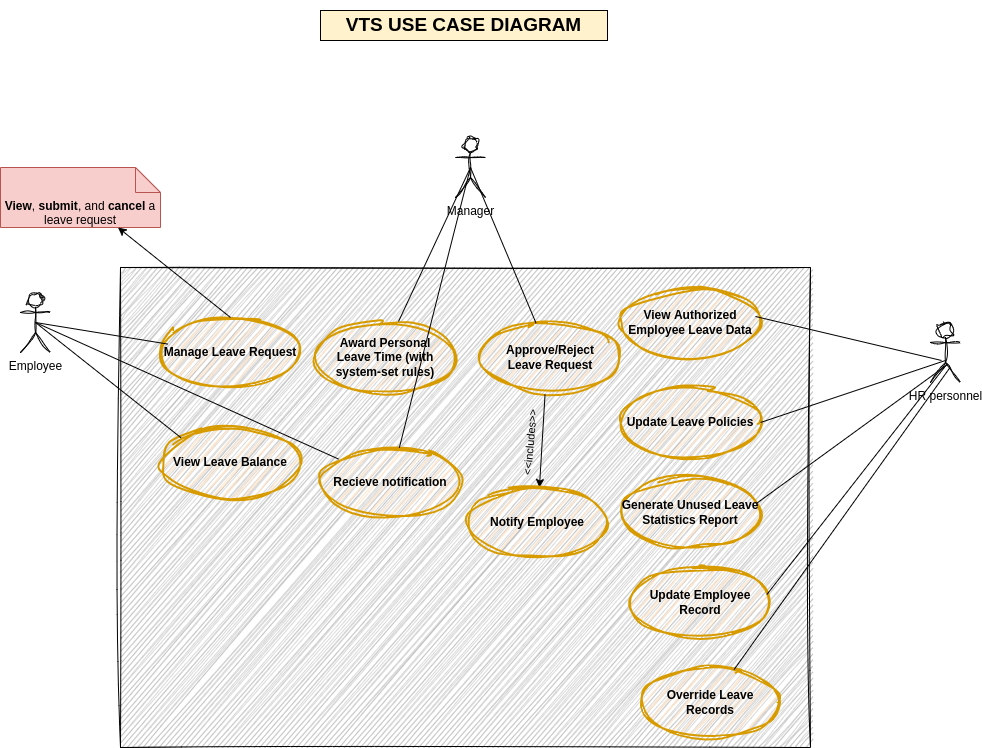
This is diagrams/useCaseDiagram.png from abdoemadselim/Vacation-Tracking-System, a draw.io export, as it was before one commit. Source tidied: cells renumbered, new cells last; positions are measured from the earlier drawing's top-left corner, leaving out a move shared by most shapes.
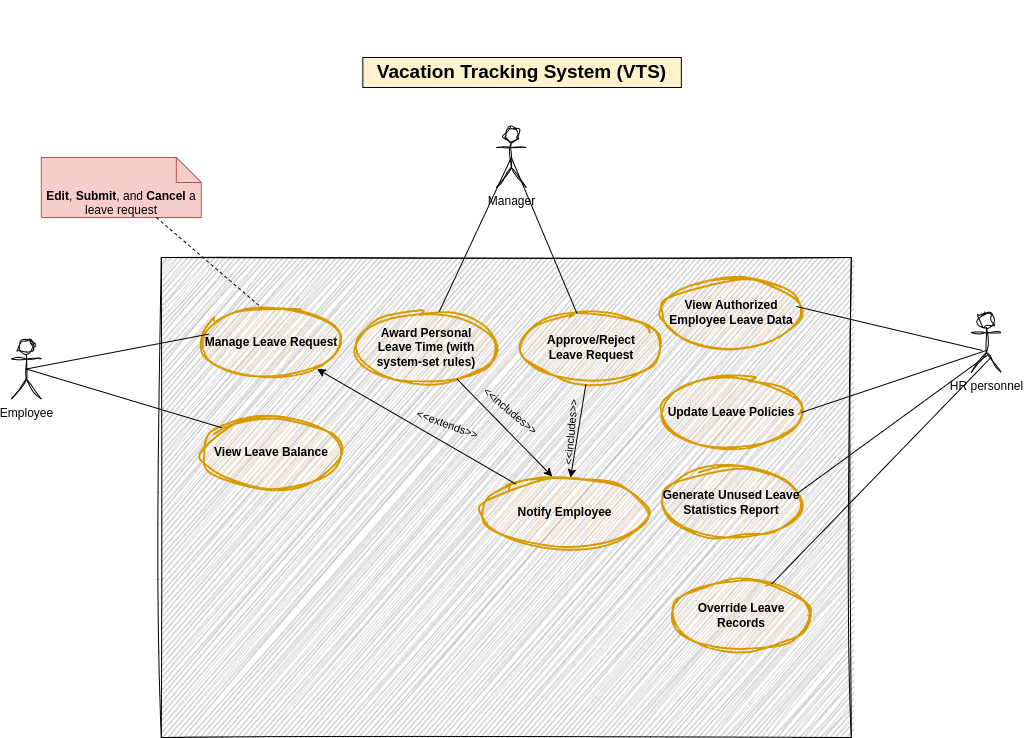
After the change.

What changed in the source:
```diff
@@ -3,102 +3,104 @@
     <mxCell id="0" />
     <mxCell id="1" parent="0" />
     <mxCell id="2" style="group;" parent="1" vertex="1">
-      <mxGeometry width="960" height="737" as="geometry" />
+      <mxGeometry width="990" height="737" as="geometry" />
     </mxCell>
-    <mxCell id="3" style="rounded=0;whiteSpace=wrap;html=1;fillColor=#B3B3B3;strokeColor=default;gradientColor=none;shadow=0;glass=0;sketch=1;curveFitting=1;jiggle=2;align=center;labelBorderColor=none;labelBackgroundColor=none;" parent="2" vertex="1">
-      <mxGeometry x="120" y="257" width="690" height="480" as="geometry" />
+    <mxCell id="3" style="group;" parent="2" vertex="1">
+      <mxGeometry x="30" width="960" height="737" as="geometry" />
     </mxCell>
-    <mxCell id="4" value="Manage Leave Request" style="ellipse;whiteSpace=wrap;html=1;fillColor=#ffe6cc;strokeColor=#d79b00;sketch=1;curveFitting=1;jiggle=2;fontStyle=1;strokeWidth=2;movableLabel=0;" parent="2" vertex="1">
-      <mxGeometry x="160" y="307" width="140" height="70" as="geometry" />
+    <mxCell id="4" style="rounded=0;whiteSpace=wrap;html=1;fillColor=#B3B3B3;strokeColor=default;gradientColor=none;shadow=0;glass=0;sketch=1;curveFitting=1;jiggle=2;align=center;labelBorderColor=none;labelBackgroundColor=none;" parent="3" vertex="1">
+      <mxGeometry x="120" y="257" width="690" height="480" as="geometry" />
     </mxCell>
-    <mxCell id="5" value="Generate Unused Leave Statistics Report" style="ellipse;whiteSpace=wrap;html=1;fillColor=#ffe6cc;strokeColor=#d79b00;sketch=1;curveFitting=1;jiggle=2;fontStyle=1;fillStyle=hachure;strokeWidth=2;" parent="2" vertex="1">
-      <mxGeometry x="620" y="467" width="140" height="70" as="geometry" />
+    <mxCell id="5" value="Manage Leave Request" style="ellipse;whiteSpace=wrap;html=1;fillColor=#ffe6cc;strokeColor=#d79b00;sketch=1;curveFitting=1;jiggle=2;fontStyle=1;strokeWidth=2;movableLabel=0;" parent="3" vertex="1">
+      <mxGeometry x="160" y="307" width="140" height="70" as="geometry" />
     </mxCell>
-    <mxCell id="6" value="View Leave Balance" style="ellipse;whiteSpace=wrap;html=1;fillColor=#ffe6cc;strokeColor=#d79b00;sketch=1;curveFitting=1;jiggle=2;fontStyle=1;strokeWidth=2;" parent="2" vertex="1">
-      <mxGeometry x="160" y="417" width="140" height="70" as="geometry" />
+    <mxCell id="6" value="Generate Unused Leave Statistics Report" style="ellipse;whiteSpace=wrap;html=1;fillColor=#ffe6cc;strokeColor=#d79b00;sketch=1;curveFitting=1;jiggle=2;fontStyle=1;fillStyle=hachure;strokeWidth=2;" parent="3" vertex="1">
+      <mxGeometry x="620" y="467" width="140" height="70" as="geometry" />
     </mxCell>
-    <mxCell id="7" value="Approve/Reject &lt;br&gt;Leave Request" style="ellipse;whiteSpace=wrap;html=1;fillColor=#ffe6cc;strokeColor=#d79b00;sketch=1;curveFitting=1;jiggle=2;fontStyle=1;fillStyle=hachure;strokeWidth=2;" parent="2" vertex="1">
-      <mxGeometry x="480" y="312" width="140" height="70" as="geometry" />
+    <mxCell id="7" value="View Leave Balance" style="ellipse;whiteSpace=wrap;html=1;fillColor=#ffe6cc;strokeColor=#d79b00;sketch=1;curveFitting=1;jiggle=2;fontStyle=1;strokeWidth=2;" parent="3" vertex="1">
+      <mxGeometry x="160" y="417" width="140" height="70" as="geometry" />
     </mxCell>
-    <mxCell id="8" value="Award Personal &lt;br&gt;Leave Time (with system-set rules)" style="ellipse;whiteSpace=wrap;html=1;fillColor=#ffe6cc;strokeColor=#d79b00;sketch=1;curveFitting=1;jiggle=2;fontStyle=1;strokeWidth=2;" parent="2" vertex="1">
-      <mxGeometry x="315" y="312" width="140" height="70" as="geometry" />
+    <mxCell id="8" value="Approve/Reject &lt;br&gt;Leave Request" style="ellipse;whiteSpace=wrap;html=1;fillColor=#ffe6cc;strokeColor=#d79b00;sketch=1;curveFitting=1;jiggle=2;fontStyle=1;fillStyle=hachure;strokeWidth=2;" parent="3" vertex="1">
+      <mxGeometry x="480" y="312" width="140" height="70" as="geometry" />
     </mxCell>
-    <mxCell id="9" value="View&amp;nbsp;&lt;span style=&quot;white-space-collapse: preserve; background-color: transparent; color: light-dark(rgb(0, 0, 0), rgb(255, 255, 255));&quot;&gt;Authorized &lt;/span&gt;&lt;span style=&quot;background-color: transparent; color: light-dark(rgb(0, 0, 0), rgb(255, 255, 255));&quot;&gt;Employee&amp;nbsp;&lt;/span&gt;Leave Data" style="ellipse;whiteSpace=wrap;html=1;fillColor=#ffe6cc;strokeColor=#d79b00;sketch=1;curveFitting=1;jiggle=2;fontStyle=1;perimeterSpacing=0;strokeWidth=2;" parent="2" vertex="1">
-      <mxGeometry x="620" y="277" width="140" height="70" as="geometry" />
+    <mxCell id="9" value="Award Personal &lt;br&gt;Leave Time (with system-set rules)" style="ellipse;whiteSpace=wrap;html=1;fillColor=#ffe6cc;strokeColor=#d79b00;sketch=1;curveFitting=1;jiggle=2;fontStyle=1;strokeWidth=2;" parent="3" vertex="1">
+      <mxGeometry x="315" y="312" width="140" height="70" as="geometry" />
     </mxCell>
-    <mxCell id="10" value="Update Leave Policies" style="ellipse;whiteSpace=wrap;html=1;fillColor=#ffe6cc;strokeColor=#d79b00;sketch=1;curveFitting=1;jiggle=2;fontStyle=1;fillStyle=hachure;strokeWidth=2;" parent="2" vertex="1">
-      <mxGeometry x="620" y="377" width="140" height="70" as="geometry" />
+    <mxCell id="10" value="View&amp;nbsp;&lt;span style=&quot;white-space-collapse: preserve; background-color: transparent; color: light-dark(rgb(0, 0, 0), rgb(255, 255, 255));&quot;&gt;Authorized &lt;/span&gt;&lt;span style=&quot;background-color: transparent; color: light-dark(rgb(0, 0, 0), rgb(255, 255, 255));&quot;&gt;Employee&amp;nbsp;&lt;/span&gt;Leave Data" style="ellipse;whiteSpace=wrap;html=1;fillColor=#ffe6cc;strokeColor=#d79b00;sketch=1;curveFitting=1;jiggle=2;fontStyle=1;perimeterSpacing=0;strokeWidth=2;" parent="3" vertex="1">
+      <mxGeometry x="620" y="277" width="140" height="70" as="geometry" />
     </mxCell>
-    <mxCell id="11" value="Employee" style="shape=umlActor;html=1;verticalLabelPosition=bottom;verticalAlign=top;align=center;sketch=1;curveFitting=1;jiggle=2;" parent="2" vertex="1">
-      <mxGeometry x="20" y="282" width="30" height="60" as="geometry" />
+    <mxCell id="11" value="Update Leave Policies" style="ellipse;whiteSpace=wrap;html=1;fillColor=#ffe6cc;strokeColor=#d79b00;sketch=1;curveFitting=1;jiggle=2;fontStyle=1;fillStyle=hachure;strokeWidth=2;" parent="3" vertex="1">
+      <mxGeometry x="620" y="377" width="140" height="70" as="geometry" />
     </mxCell>
-    <mxCell id="12" value="Manager" style="shape=umlActor;html=1;verticalLabelPosition=bottom;verticalAlign=top;align=center;sketch=1;curveFitting=1;jiggle=2;" parent="2" vertex="1">
+    <mxCell id="12" value="Manager" style="shape=umlActor;html=1;verticalLabelPosition=bottom;verticalAlign=top;align=center;sketch=1;curveFitting=1;jiggle=2;" parent="3" vertex="1">
       <mxGeometry x="455" y="127" width="30" height="60" as="geometry" />
     </mxCell>
-    <mxCell id="13" value="HR personnel" style="shape=umlActor;html=1;verticalLabelPosition=bottom;verticalAlign=top;align=center;sketch=1;curveFitting=1;jiggle=2;" parent="2" vertex="1">
+    <mxCell id="13" value="HR personnel" style="shape=umlActor;html=1;verticalLabelPosition=bottom;verticalAlign=top;align=center;sketch=1;curveFitting=1;jiggle=2;" parent="3" vertex="1">
       <mxGeometry x="930" y="312" width="30" height="60" as="geometry" />
     </mxCell>
-    <mxCell id="14" style="edgeStyle=orthogonalEdgeStyle;rounded=0;orthogonalLoop=1;jettySize=auto;html=1;exitX=0.5;exitY=1;exitDx=0;exitDy=0;" parent="2" edge="1" source="6" target="6">
+    <mxCell id="14" style="edgeStyle=orthogonalEdgeStyle;rounded=0;orthogonalLoop=1;jettySize=auto;html=1;exitX=0.5;exitY=1;exitDx=0;exitDy=0;" parent="3" edge="1" source="7" target="7">
       <mxGeometry relative="1" as="geometry" />
     </mxCell>
-    <mxCell id="15" style="endArrow=none;html=1;rounded=0;exitX=0.5;exitY=0.5;exitDx=0;exitDy=0;exitPerimeter=0;entryX=0.053;entryY=0.38;entryDx=0;entryDy=0;entryPerimeter=0;" parent="2" edge="1" source="11" target="4">
+    <mxCell id="15" style="endArrow=none;html=1;rounded=0;entryX=0.5;entryY=0.5;entryDx=0;entryDy=0;entryPerimeter=0;" parent="3" edge="1" source="8" target="12">
       <mxGeometry relative="1" as="geometry" />
     </mxCell>
-    <mxCell id="16" style="endArrow=none;html=1;rounded=0;exitX=0.5;exitY=0.5;exitDx=0;exitDy=0;exitPerimeter=0;entryX=0;entryY=0;entryDx=0;entryDy=0;" parent="2" edge="1" source="11" target="6">
+    <mxCell id="16" style="endArrow=none;html=1;rounded=0;entryX=0.5;entryY=0.5;entryDx=0;entryDy=0;entryPerimeter=0;exitX=0.593;exitY=-0.014;exitDx=0;exitDy=0;exitPerimeter=0;" parent="3" edge="1" source="9" target="12">
       <mxGeometry relative="1" as="geometry" />
     </mxCell>
-    <mxCell id="17" style="endArrow=none;html=1;rounded=0;entryX=0.5;entryY=0.5;entryDx=0;entryDy=0;entryPerimeter=0;" parent="2" edge="1" source="7" target="12">
+    <mxCell id="17" style="endArrow=none;html=1;rounded=0;exitX=0.367;exitY=0.633;exitDx=0;exitDy=0;exitPerimeter=0;entryX=0.964;entryY=0.414;entryDx=0;entryDy=0;entryPerimeter=0;" parent="3" edge="1" source="13" target="10">
       <mxGeometry relative="1" as="geometry" />
     </mxCell>
-    <mxCell id="18" style="endArrow=none;html=1;rounded=0;entryX=0.5;entryY=0.5;entryDx=0;entryDy=0;entryPerimeter=0;exitX=0.593;exitY=-0.014;exitDx=0;exitDy=0;exitPerimeter=0;" parent="2" edge="1" source="8" target="12">
+    <mxCell id="18" style="endArrow=none;html=1;rounded=0;exitX=0.5;exitY=0.633;exitDx=0;exitDy=0;exitPerimeter=0;entryX=1;entryY=0.5;entryDx=0;entryDy=0;" parent="3" edge="1" source="13" target="11">
       <mxGeometry relative="1" as="geometry" />
     </mxCell>
-    <mxCell id="19" style="endArrow=none;html=1;rounded=0;exitX=0.367;exitY=0.633;exitDx=0;exitDy=0;exitPerimeter=0;entryX=0.964;entryY=0.414;entryDx=0;entryDy=0;entryPerimeter=0;" parent="2" edge="1" source="13" target="9">
+    <mxCell id="19" style="endArrow=none;html=1;rounded=0;exitX=0.567;exitY=0.7;exitDx=0;exitDy=0;exitPerimeter=0;entryX=0.971;entryY=0.371;entryDx=0;entryDy=0;entryPerimeter=0;" parent="3" edge="1" source="13" target="6">
       <mxGeometry relative="1" as="geometry" />
     </mxCell>
-    <mxCell id="20" style="endArrow=none;html=1;rounded=0;exitX=0.5;exitY=0.633;exitDx=0;exitDy=0;exitPerimeter=0;entryX=1;entryY=0.5;entryDx=0;entryDy=0;" parent="2" edge="1" source="13" target="10">
-      <mxGeometry relative="1" as="geometry" />
+    <mxCell id="20" value="&lt;h3&gt;&lt;font style=&quot;font-size: 19px;&quot; face=&quot;Helvetica&quot;&gt;Vacation Tracking System (VTS)&lt;/font&gt;&lt;/h3&gt;" style="text;html=1;align=center;verticalAlign=middle;whiteSpace=wrap;rounded=0;glass=0;fillColor=#fff2cc;strokeColor=light-dark(#000000, #6d5100);fontFamily=Lucida Console;" parent="3" vertex="1">
+      <mxGeometry x="321.5" y="57" width="318.5" height="30" as="geometry" />
     </mxCell>
-    <mxCell id="21" style="endArrow=none;html=1;rounded=0;exitX=0.567;exitY=0.7;exitDx=0;exitDy=0;exitPerimeter=0;entryX=0.971;entryY=0.371;entryDx=0;entryDy=0;entryPerimeter=0;" parent="2" edge="1" source="13" target="5">
+    <mxCell id="21" style="endArrow=classic;html=1;rounded=0;exitX=0.461;exitY=1.029;exitDx=0;exitDy=0;exitPerimeter=0;" parent="3" edge="1" source="8" target="23">
       <mxGeometry relative="1" as="geometry" />
     </mxCell>
-    <mxCell id="22" value="&lt;h3&gt;&lt;font style=&quot;font-size: 19px;&quot; face=&quot;Helvetica&quot;&gt;VTS USE CASE DIAGRAM&lt;/font&gt;&lt;/h3&gt;" style="text;html=1;align=center;verticalAlign=middle;whiteSpace=wrap;rounded=0;glass=0;fillColor=#fff2cc;strokeColor=light-dark(#000000, #6d5100);fontFamily=Lucida Console;" parent="2" vertex="1">
-      <mxGeometry x="320" width="287" height="30" as="geometry" />
+    <mxCell id="22" value="&amp;lt;&amp;lt;includes&amp;gt;&amp;gt;" style="text;html=1;align=center;verticalAlign=middle;whiteSpace=wrap;rounded=0;rotation=-85;fontSize=11;" parent="3" vertex="1">
+      <mxGeometry x="500" y="417" width="60" height="30" as="geometry" />
     </mxCell>
-    <mxCell id="23" value="Recieve notification" style="ellipse;whiteSpace=wrap;html=1;fillColor=#ffe6cc;strokeColor=#d79b00;sketch=1;curveFitting=1;jiggle=2;fontStyle=1;strokeWidth=2;" parent="2" vertex="1">
-      <mxGeometry x="320" y="437" width="140" height="70" as="geometry" />
+    <mxCell id="23" value="Notify Employee" style="ellipse;whiteSpace=wrap;html=1;fillColor=#ffe6cc;strokeColor=#d79b00;sketch=1;curveFitting=1;jiggle=2;fontStyle=1;strokeWidth=2;" parent="3" vertex="1">
+      <mxGeometry x="440" y="477" width="167" height="70" as="geometry" />
     </mxCell>
-    <mxCell id="24" style="endArrow=none;html=1;rounded=0;exitX=0.5;exitY=0.5;exitDx=0;exitDy=0;exitPerimeter=0;" parent="2" edge="1" source="11" target="23">
-      <mxGeometry relative="1" as="geometry" />
+    <mxCell id="24" value="&lt;div style=&quot;&quot;&gt;Override Leave Records&lt;/div&gt;" style="ellipse;whiteSpace=wrap;html=1;fillColor=#ffe6cc;strokeColor=#d79b00;sketch=1;curveFitting=1;jiggle=2;fontStyle=1;fillStyle=hachure;strokeWidth=2;align=center;" parent="3" vertex="1">
+      <mxGeometry x="630" y="580" width="140" height="70" as="geometry" />
     </mxCell>
-    <mxCell id="25" style="endArrow=none;html=1;rounded=0;exitX=0.5;exitY=0.5;exitDx=0;exitDy=0;exitPerimeter=0;" parent="2" edge="1" source="12" target="23">
+    <mxCell id="25" style="endArrow=none;html=1;rounded=0;exitX=0.643;exitY=0.756;exitDx=0;exitDy=0;exitPerimeter=0;" parent="3" edge="1" source="13" target="24">
       <mxGeometry relative="1" as="geometry" />
     </mxCell>
-    <mxCell id="26" style="endArrow=classic;html=1;rounded=0;exitX=0.461;exitY=1.029;exitDx=0;exitDy=0;exitPerimeter=0;" parent="2" edge="1" source="7" target="28">
-      <mxGeometry relative="1" as="geometry" />
+    <mxCell id="26" value="&lt;b&gt;Edit&lt;/b&gt;, &lt;b&gt;Submit&lt;/b&gt;, and &lt;b&gt;Cancel&lt;/b&gt; a leave request" style="shape=note2;boundedLbl=1;whiteSpace=wrap;html=1;size=25;verticalAlign=top;align=center;fillColor=#f8cecc;strokeColor=#b85450;" parent="3" vertex="1">
+      <mxGeometry y="157" width="160" height="60" as="geometry" />
     </mxCell>
-    <mxCell id="27" value="&amp;lt;&amp;lt;includes&amp;gt;&amp;gt;" style="text;html=1;align=center;verticalAlign=middle;whiteSpace=wrap;rounded=0;rotation=-85;fontSize=11;" parent="2" vertex="1">
-      <mxGeometry x="500" y="417" width="60" height="30" as="geometry" />
+    <mxCell id="27" style="endArrow=none;dashed=1;html=1;rounded=0;" parent="3" edge="1" source="26">
+      <mxGeometry relative="1" as="geometry">
+        <mxPoint x="220" y="307" as="targetPoint" />
+      </mxGeometry>
     </mxCell>
-    <mxCell id="28" value="Notify Employee" style="ellipse;whiteSpace=wrap;html=1;fillColor=#ffe6cc;strokeColor=#d79b00;sketch=1;curveFitting=1;jiggle=2;fontStyle=1;strokeWidth=2;" parent="2" vertex="1">
-      <mxGeometry x="467" y="477" width="140" height="70" as="geometry" />
+    <mxCell id="28" value="&amp;lt;&amp;lt;extends&amp;gt;&amp;gt;" style="text;html=1;align=center;verticalAlign=middle;whiteSpace=wrap;rounded=0;rotation=20;fontSize=11;" parent="3" vertex="1">
+      <mxGeometry x="370" y="417" width="73" height="13" as="geometry" />
     </mxCell>
-    <mxCell id="29" value="Update Employee Record" style="ellipse;whiteSpace=wrap;html=1;fillColor=#ffe6cc;strokeColor=#d79b00;sketch=1;curveFitting=1;jiggle=2;fontStyle=1;fillStyle=hachure;strokeWidth=2;" parent="2" vertex="1">
-      <mxGeometry x="630" y="557" width="140" height="70" as="geometry" />
+    <mxCell id="29" style="endArrow=classic;html=1;rounded=0;entryX=0.425;entryY=-0.014;entryDx=0;entryDy=0;entryPerimeter=0;" parent="3" edge="1" source="9" target="23">
+      <mxGeometry relative="1" as="geometry" />
     </mxCell>
-    <mxCell id="30" style="endArrow=none;html=1;rounded=0;exitX=0.548;exitY=0.693;exitDx=0;exitDy=0;exitPerimeter=0;entryX=0.974;entryY=0.386;entryDx=0;entryDy=0;entryPerimeter=0;" parent="2" edge="1" source="13" target="29">
-      <mxGeometry relative="1" as="geometry" />
+    <mxCell id="30" value="&amp;lt;&amp;lt;includes&amp;gt;&amp;gt;" style="text;html=1;align=center;verticalAlign=middle;whiteSpace=wrap;rounded=0;rotation=40;fontSize=11;" parent="3" vertex="1">
+      <mxGeometry x="433.5" y="404" width="73" height="13" as="geometry" />
     </mxCell>
-    <mxCell id="31" value="&lt;div style=&quot;&quot;&gt;Override Leave Records&lt;/div&gt;" style="ellipse;whiteSpace=wrap;html=1;fillColor=#ffe6cc;strokeColor=#d79b00;sketch=1;curveFitting=1;jiggle=2;fontStyle=1;fillStyle=hachure;strokeWidth=2;align=center;" parent="2" vertex="1">
-      <mxGeometry x="640" y="657" width="140" height="70" as="geometry" />
+    <mxCell id="31" style="endArrow=classic;html=1;rounded=0;" parent="3" edge="1" source="23" target="5">
+      <mxGeometry relative="1" as="geometry" />
     </mxCell>
-    <mxCell id="32" style="endArrow=none;html=1;rounded=0;exitX=0.643;exitY=0.756;exitDx=0;exitDy=0;exitPerimeter=0;" parent="2" edge="1" source="13" target="31">
-      <mxGeometry relative="1" as="geometry" />
+    <mxCell id="32" value="Employee" style="shape=umlActor;html=1;verticalLabelPosition=bottom;verticalAlign=top;align=center;sketch=1;curveFitting=1;jiggle=2;" parent="2" vertex="1">
+      <mxGeometry y="338.5" width="30" height="60" as="geometry" />
     </mxCell>
-    <mxCell id="33" value="&lt;b&gt;View&lt;/b&gt;, &lt;b&gt;submit&lt;/b&gt;, and &lt;b&gt;cancel&lt;/b&gt; a leave request" style="shape=note2;boundedLbl=1;whiteSpace=wrap;html=1;size=25;verticalAlign=top;align=center;fillColor=#f8cecc;strokeColor=#b85450;" parent="2" vertex="1">
-      <mxGeometry y="157" width="160" height="60" as="geometry" />
+    <mxCell id="33" style="endArrow=none;html=1;rounded=0;exitX=0.5;exitY=0.5;exitDx=0;exitDy=0;exitPerimeter=0;entryX=0;entryY=0;entryDx=0;entryDy=0;" parent="2" edge="1" source="32" target="7">
+      <mxGeometry relative="1" as="geometry" />
     </mxCell>
-    <mxCell id="34" style="endArrow=classic;html=1;rounded=0;exitX=0.5;exitY=0;exitDx=0;exitDy=0;" parent="2" edge="1" source="4" target="33">
+    <mxCell id="34" style="endArrow=none;html=1;rounded=0;exitX=0.5;exitY=0.5;exitDx=0;exitDy=0;exitPerimeter=0;entryX=0.053;entryY=0.38;entryDx=0;entryDy=0;entryPerimeter=0;" parent="2" edge="1" source="32" target="5">
       <mxGeometry relative="1" as="geometry" />
     </mxCell>
   </root>
```
